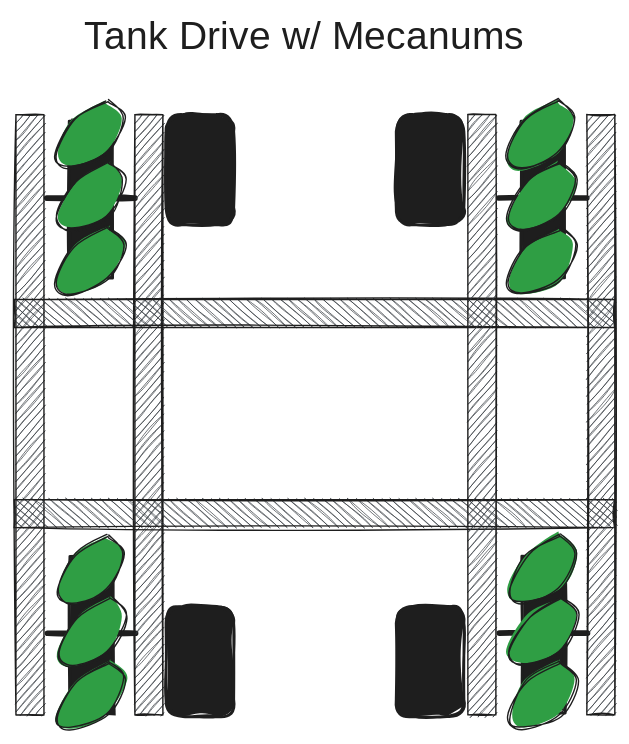
Above: entries/drivetrain-1/brainstorm-wheel-types/TankDriveMecanums.excalidraw.svg in Area-53-Robotics/53D-High-Stakes-Notebook (Excalidraw), before the change. Source tidied: one line per element, renumbered; positions are measured from the earlier drawing's top-left corner, leaving out a move shared by most shapes. Source of this version:
```json
{"id": 0, "type": "line", "strokeColor": "#1e1e1e", "backgroundColor": "#ced4da", "fillStyle": "solid", "strokeWidth": 4, "roughness": 1, "x": 22, "y": 443, "width": 63, "height": 0, "points": [[0, 0], [63, 0]]}
{"id": 1, "type": "rectangle", "strokeColor": "#1e1e1e", "backgroundColor": "#1e1e1e", "fillStyle": "solid", "strokeWidth": 2, "roughness": 1, "x": 39, "y": 388, "width": 31, "height": 112}
{"id": 2, "type": "line", "strokeColor": "#1e1e1e", "angle": 0.48, "backgroundColor": "#2f9e44", "fillStyle": "solid", "strokeWidth": 1, "roughness": 1, "round": true, "x": 53, "y": 371, "width": 32, "height": 55, "points": [[0, 0], [-14, 23], [-14, 52], [-1, 55], [17, 34], [16, 6], [0, 0]]}
{"id": 3, "type": "line", "strokeColor": "#1e1e1e", "angle": 0.48, "backgroundColor": "#2f9e44", "fillStyle": "solid", "strokeWidth": 1, "roughness": 1, "round": true, "x": 54, "y": 415, "width": 32, "height": 55, "points": [[0, 0], [-14, 23], [-14, 52], [-1, 55], [17, 34], [16, 6], [0, 0]]}
{"id": 4, "type": "line", "strokeColor": "#1e1e1e", "angle": 0.48, "backgroundColor": "#2f9e44", "fillStyle": "solid", "strokeWidth": 1, "roughness": 1, "round": true, "x": 53, "y": 461, "width": 32, "height": 55, "points": [[0, 0], [-14, 23], [-14, 52], [-1, 55], [17, 34], [16, 6], [0, 0]]}
{"id": 5, "type": "line", "strokeColor": "#1e1e1e", "backgroundColor": "#ced4da", "fillStyle": "solid", "strokeWidth": 4, "roughness": 1, "x": 22, "y": 132, "width": 63, "height": 0, "points": [[0, 0], [63, 0]]}
{"id": 6, "type": "rectangle", "strokeColor": "#1e1e1e", "backgroundColor": "#1e1e1e", "fillStyle": "solid", "strokeWidth": 2, "roughness": 1, "x": 38, "y": 77, "width": 31, "height": 112}
{"id": 7, "type": "line", "strokeColor": "#1e1e1e", "angle": 0.48, "backgroundColor": "#2f9e44", "fillStyle": "solid", "strokeWidth": 1, "roughness": 1, "round": true, "x": 52, "y": 60, "width": 32, "height": 55, "points": [[0, 0], [-14, 23], [-14, 52], [-1, 55], [17, 34], [16, 6], [0, 0]]}
{"id": 8, "type": "line", "strokeColor": "#1e1e1e", "angle": 0.48, "backgroundColor": "#2f9e44", "fillStyle": "solid", "strokeWidth": 1, "roughness": 1, "round": true, "x": 53, "y": 104, "width": 32, "height": 55, "points": [[0, 0], [-14, 23], [-14, 52], [-1, 55], [17, 34], [16, 6], [0, 0]]}
{"id": 9, "type": "line", "strokeColor": "#1e1e1e", "angle": 0.48, "backgroundColor": "#2f9e44", "fillStyle": "solid", "strokeWidth": 1, "roughness": 1, "round": true, "x": 53, "y": 150, "width": 32, "height": 55, "points": [[0, 0], [-14, 23], [-14, 52], [-1, 55], [17, 34], [16, 6], [0, 0]]}
{"id": 10, "type": "rectangle", "strokeColor": "#1e1e1e", "backgroundColor": "#343a40", "fillStyle": "hachure", "strokeWidth": 1, "roughness": 1, "x": 0, "y": 72, "width": 20, "height": 429}
{"id": 11, "type": "rectangle", "strokeColor": "#1e1e1e", "backgroundColor": "#343a40", "fillStyle": "hachure", "strokeWidth": 1, "roughness": 1, "x": 85, "y": 72, "width": 20, "height": 429}
{"id": 12, "type": "rectangle", "strokeColor": "#1e1e1e", "angle": 4.71, "backgroundColor": "#343a40", "fillStyle": "hachure", "strokeWidth": 1, "roughness": 1, "x": 203, "y": 143, "width": 20, "height": 429}
{"id": 13, "type": "rectangle", "strokeColor": "#1e1e1e", "angle": 4.71, "backgroundColor": "#343a40", "fillStyle": "hachure", "strokeWidth": 1, "roughness": 1, "x": 203, "y": 0, "width": 20, "height": 429}
{"id": 14, "type": "text", "text": "Tank Drive w/ Mecanums", "strokeColor": "#1e1e1e", "backgroundColor": "#ced4da", "fillStyle": "solid", "strokeWidth": 4, "roughness": 1, "fontSize": 28, "fontFamily": 1, "x": 49, "y": 0, "width": 342, "height": 35}
{"id": 15, "type": "rectangle", "strokeColor": "#1e1e1e", "angle": 4.71, "backgroundColor": "#1e1e1e", "fillStyle": "solid", "strokeWidth": 2, "roughness": 1, "round": true, "x": 92, "y": 87, "width": 79, "height": 48}
{"id": 16, "type": "rectangle", "strokeColor": "#1e1e1e", "angle": 4.71, "backgroundColor": "#1e1e1e", "fillStyle": "solid", "strokeWidth": 2, "roughness": 1, "round": true, "x": 92, "y": 439, "width": 79, "height": 48}
{"id": 17, "type": "line", "strokeColor": "#1e1e1e", "backgroundColor": "#ced4da", "fillStyle": "solid", "strokeWidth": 4, "roughness": 1, "x": 345, "y": 443, "width": 63, "height": 0, "points": [[0, 0], [63, 0]]}
{"id": 18, "type": "rectangle", "strokeColor": "#1e1e1e", "backgroundColor": "#1e1e1e", "fillStyle": "solid", "strokeWidth": 2, "roughness": 1, "x": 361, "y": 388, "width": 31, "height": 112}
{"id": 19, "type": "line", "strokeColor": "#1e1e1e", "angle": 0.48, "backgroundColor": "#2f9e44", "fillStyle": "solid", "strokeWidth": 1, "roughness": 1, "round": true, "x": 376, "y": 371, "width": 32, "height": 55, "points": [[0, 0], [-14, 23], [-14, 52], [-1, 55], [17, 34], [16, 6], [0, 0]]}
{"id": 20, "type": "line", "strokeColor": "#1e1e1e", "angle": 0.48, "backgroundColor": "#2f9e44", "fillStyle": "solid", "strokeWidth": 1, "roughness": 1, "round": true, "x": 377, "y": 415, "width": 32, "height": 55, "points": [[0, 0], [-14, 23], [-14, 52], [-1, 55], [17, 34], [16, 6], [0, 0]]}
{"id": 21, "type": "line", "strokeColor": "#1e1e1e", "angle": 0.48, "backgroundColor": "#2f9e44", "fillStyle": "solid", "strokeWidth": 1, "roughness": 1, "round": true, "x": 376, "y": 461, "width": 32, "height": 55, "points": [[0, 0], [-14, 23], [-14, 52], [-1, 55], [17, 34], [16, 6], [0, 0]]}
{"id": 22, "type": "line", "strokeColor": "#1e1e1e", "backgroundColor": "#ced4da", "fillStyle": "solid", "strokeWidth": 4, "roughness": 1, "x": 345, "y": 132, "width": 63, "height": 0, "points": [[0, 0], [63, 0]]}
{"id": 23, "type": "rectangle", "strokeColor": "#1e1e1e", "backgroundColor": "#1e1e1e", "fillStyle": "solid", "strokeWidth": 2, "roughness": 1, "x": 361, "y": 77, "width": 31, "height": 112}
{"id": 24, "type": "line", "strokeColor": "#1e1e1e", "angle": 0.48, "backgroundColor": "#2f9e44", "fillStyle": "solid", "strokeWidth": 1, "roughness": 1, "round": true, "x": 375, "y": 60, "width": 32, "height": 55, "points": [[0, 0], [-14, 23], [-14, 52], [-1, 55], [17, 34], [16, 6], [0, 0]]}
{"id": 25, "type": "line", "strokeColor": "#1e1e1e", "angle": 0.48, "backgroundColor": "#2f9e44", "fillStyle": "solid", "strokeWidth": 1, "roughness": 1, "round": true, "x": 376, "y": 104, "width": 32, "height": 55, "points": [[0, 0], [-14, 23], [-14, 52], [-1, 55], [17, 34], [16, 6], [0, 0]]}
{"id": 26, "type": "line", "strokeColor": "#1e1e1e", "angle": 0.48, "backgroundColor": "#2f9e44", "fillStyle": "solid", "strokeWidth": 1, "roughness": 1, "round": true, "x": 376, "y": 150, "width": 32, "height": 55, "points": [[0, 0], [-14, 23], [-14, 52], [-1, 55], [17, 34], [16, 6], [0, 0]]}
{"id": 27, "type": "rectangle", "strokeColor": "#1e1e1e", "backgroundColor": "#343a40", "fillStyle": "hachure", "strokeWidth": 1, "roughness": 1, "x": 323, "y": 72, "width": 20, "height": 429}
{"id": 28, "type": "rectangle", "strokeColor": "#1e1e1e", "backgroundColor": "#343a40", "fillStyle": "hachure", "strokeWidth": 1, "roughness": 1, "x": 408, "y": 72, "width": 20, "height": 429}
{"id": 29, "type": "rectangle", "strokeColor": "#1e1e1e", "angle": 4.71, "backgroundColor": "#1e1e1e", "fillStyle": "solid", "strokeWidth": 2, "roughness": 1, "round": true, "x": 257, "y": 87, "width": 79, "height": 48}
{"id": 30, "type": "rectangle", "strokeColor": "#1e1e1e", "angle": 4.71, "backgroundColor": "#1e1e1e", "fillStyle": "solid", "strokeWidth": 2, "roughness": 1, "round": true, "x": 257, "y": 439, "width": 79, "height": 48}
```
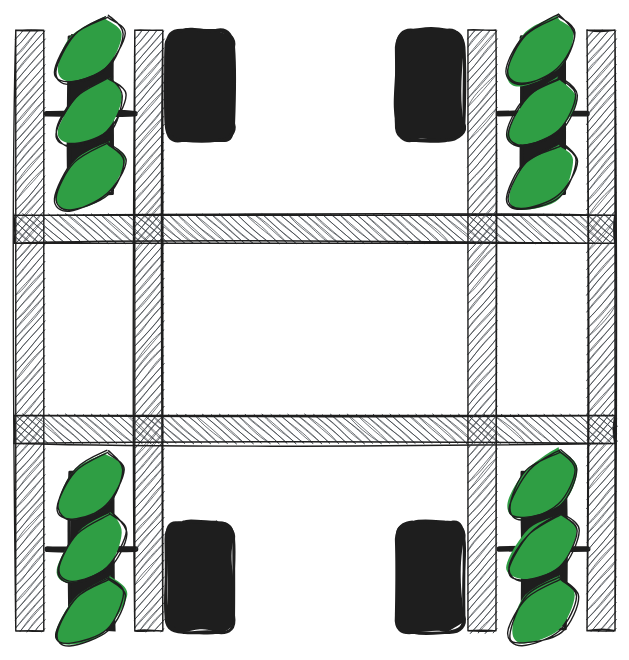
Above is the later version.

Diff of the diagram source:
```diff
@@ -12,7 +12,6 @@
 {"id": 11, "type": "rectangle", "strokeColor": "#1e1e1e", "backgroundColor": "#343a40", "fillStyle": "hachure", "strokeWidth": 1, "roughness": 1, "x": 85, "y": 72, "width": 20, "height": 429}
 {"id": 12, "type": "rectangle", "strokeColor": "#1e1e1e", "angle": 4.71, "backgroundColor": "#343a40", "fillStyle": "hachure", "strokeWidth": 1, "roughness": 1, "x": 203, "y": 143, "width": 20, "height": 429}
 {"id": 13, "type": "rectangle", "strokeColor": "#1e1e1e", "angle": 4.71, "backgroundColor": "#343a40", "fillStyle": "hachure", "strokeWidth": 1, "roughness": 1, "x": 203, "y": 0, "width": 20, "height": 429}
-{"id": 14, "type": "text", "text": "Tank Drive w/ Mecanums", "strokeColor": "#1e1e1e", "backgroundColor": "#ced4da", "fillStyle": "solid", "strokeWidth": 4, "roughness": 1, "fontSize": 28, "fontFamily": 1, "x": 49, "y": 0, "width": 342, "height": 35}
 {"id": 15, "type": "rectangle", "strokeColor": "#1e1e1e", "angle": 4.71, "backgroundColor": "#1e1e1e", "fillStyle": "solid", "strokeWidth": 2, "roughness": 1, "round": true, "x": 92, "y": 87, "width": 79, "height": 48}
 {"id": 16, "type": "rectangle", "strokeColor": "#1e1e1e", "angle": 4.71, "backgroundColor": "#1e1e1e", "fillStyle": "solid", "strokeWidth": 2, "roughness": 1, "round": true, "x": 92, "y": 439, "width": 79, "height": 48}
 {"id": 17, "type": "line", "strokeColor": "#1e1e1e", "backgroundColor": "#ced4da", "fillStyle": "solid", "strokeWidth": 4, "roughness": 1, "x": 345, "y": 443, "width": 63, "height": 0, "points": [[0, 0], [63, 0]]}
```
